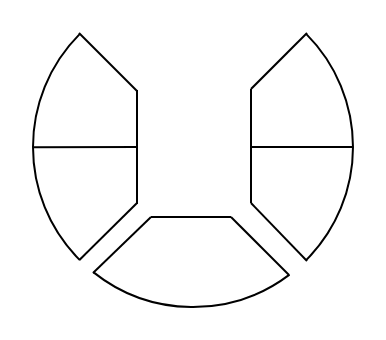
Earlier version of the draw.io diagram Designs/Scale.drawio (CarlosAlmeida4/CarTouchscreenMiniDisplay). Source tidied: cells renumbered, new cells numbered last; positions are measured from the earlier drawing's top-left corner, leaving out a move shared by most shapes. Both pictures are drawn from the tidied source at 200%, with x=0, y=0 at pixel (32, -14).
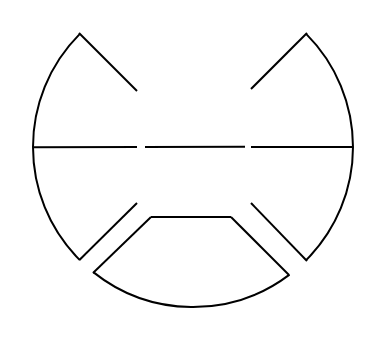
The same diagram, later.

Change to the diagram source:
```diff
@@
-    <mxCell id="14" style="endArrow=none;html=1;rounded=0;" parent="1" edge="1">
-      <mxGeometry relative="1" as="geometry">
-        <mxPoint x="52" y="51.5" as="sourcePoint" />
-        <mxPoint x="52" y="108.5" as="targetPoint" />
-      </mxGeometry>
-    </mxCell>
-    <mxCell id="15" style="endArrow=none;html=1;rounded=0;" parent="1" edge="1">
-      <mxGeometry relative="1" as="geometry">
-        <mxPoint x="109" y="51" as="sourcePoint" />
-        <mxPoint x="109" y="108" as="targetPoint" />
-      </mxGeometry>
-    </mxCell>
+    <mxCell id="16" style="endArrow=none;html=1;rounded=0;" parent="1" edge="1">
+      <mxGeometry relative="1" as="geometry">
+        <mxPoint x="56" y="80" as="sourcePoint" />
+        <mxPoint x="106" y="79.9" as="targetPoint" />
+      </mxGeometry>
+    </mxCell>
```
